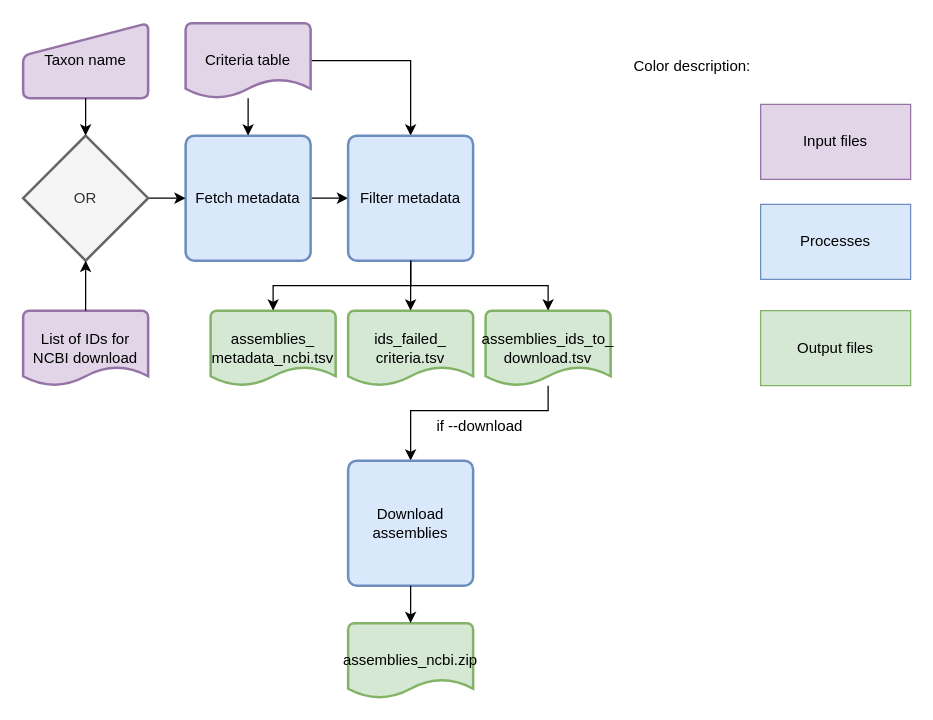
Before: SchemaRefinery/docs/user/modules/source/DownloadAssemblies_ncbi.drawio in B-UMMI/Schema_Refinery, a draw.io diagram. Source tidied: cells renumbered, new cells numbered last; positions are measured from the earlier drawing's top-left corner, leaving out a move shared by most shapes. Both pictures are drawn from the tidied source at 125%, with x=0, y=0 at pixel (22, 22).
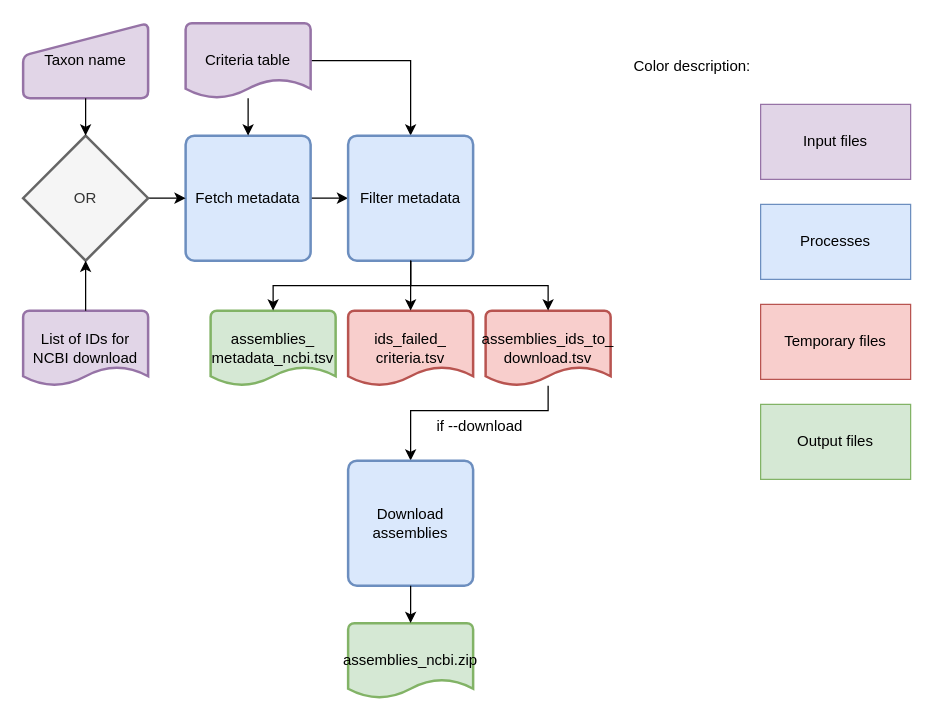
The same page after the edit.

Change to the diagram source:
```diff
@@
-    <mxCell id="16" value="assemblies_ids_to_&lt;div&gt;download.tsv&lt;/div&gt;" style="strokeWidth=2;html=1;shape=mxgraph.flowchart.document2;whiteSpace=wrap;size=0.25;fillColor=#d5e8d4;strokeColor=#82b366;" parent="1" vertex="1">
+    <mxCell id="16" value="assemblies_ids_to_&lt;div&gt;download.tsv&lt;/div&gt;" style="strokeWidth=2;html=1;shape=mxgraph.flowchart.document2;whiteSpace=wrap;size=0.25;fillColor=#f8cecc;strokeColor=#b85450;" parent="1" vertex="1">
       <mxGeometry x="370" y="230" width="100" height="60" as="geometry" />
     </mxCell>
@@
-    <mxCell id="18" value="ids_failed_&lt;div&gt;criteria.tsv&lt;/div&gt;" style="strokeWidth=2;html=1;shape=mxgraph.flowchart.document2;whiteSpace=wrap;size=0.25;fillColor=#d5e8d4;strokeColor=#82b366;" parent="1" vertex="1">
+    <mxCell id="18" value="ids_failed_&lt;div&gt;criteria.tsv&lt;/div&gt;" style="strokeWidth=2;html=1;shape=mxgraph.flowchart.document2;whiteSpace=wrap;size=0.25;fillColor=#f8cecc;strokeColor=#b85450;" parent="1" vertex="1">
       <mxGeometry x="260" y="230" width="100" height="60" as="geometry" />
     </mxCell>
@@
+    <mxCell id="29" value="Temporary files" style="rounded=0;whiteSpace=wrap;html=1;fillColor=#f8cecc;strokeColor=#b85450;" parent="1" vertex="1">
+      <mxGeometry x="590" y="225" width="120" height="60" as="geometry" />
+    </mxCell>
@@
     <mxCell id="27" value="Output files" style="rounded=0;whiteSpace=wrap;html=1;fillColor=#d5e8d4;strokeColor=#82b366;" parent="1" vertex="1">
-      <mxGeometry x="590" y="230" width="120" height="60" as="geometry" />
+      <mxGeometry x="590" y="305" width="120" height="60" as="geometry" />
     </mxCell>
```
